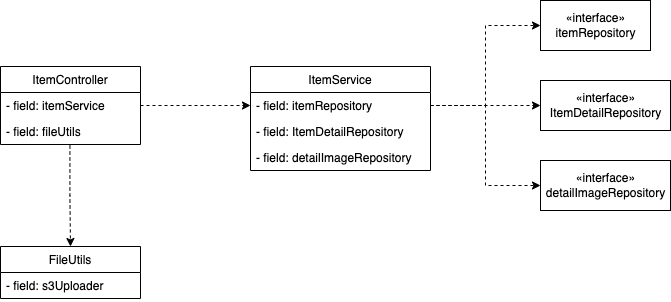
The draw.io diagram backoffice-class-diagram.png in chanhl22/kilometer-backend-backoffic-class-diagram, before a commit. Source tidied: cells renumbered, new cells last; positions are measured from the earlier drawing's top-left corner, leaving out a move shared by most shapes.
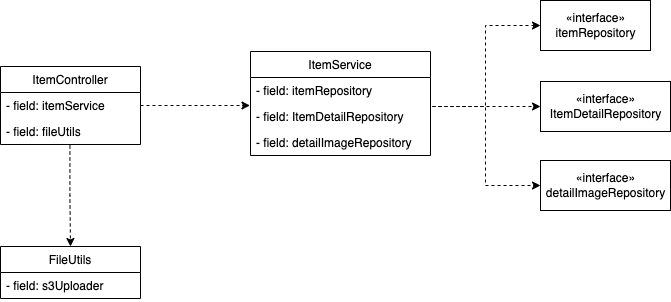
After the change.

Commit message:
Update backoffice-class-diagram

What changed in the source:
```diff
@@ -12,7 +12,7 @@
       <mxGeometry y="52" width="140" height="26" as="geometry" />
     </mxCell>
     <mxCell id="5" value="ItemService" style="swimlane;fontStyle=0;horizontal=1;startSize=26;fillColor=none;" parent="1" vertex="1">
-      <mxGeometry x="250" y="66" width="180" height="104" as="geometry" />
+      <mxGeometry x="250" y="51" width="180" height="104" as="geometry" />
     </mxCell>
     <mxCell id="6" value="- field: itemRepository" style="text;strokeColor=none;fillColor=none;align=left;verticalAlign=top;spacingLeft=4;spacingRight=4;overflow=hidden;points=[[0,0.5],[1,0.5]];portConstraint=eastwest;" parent="5" vertex="1">
       <mxGeometry y="26" width="180" height="26" as="geometry" />
@@ -23,26 +23,43 @@
     <mxCell id="8" value="- field: detailImageRepository" style="text;strokeColor=none;fillColor=none;align=left;verticalAlign=top;spacingLeft=4;spacingRight=4;overflow=hidden;" parent="5" vertex="1">
       <mxGeometry y="78" width="180" height="26" as="geometry" />
     </mxCell>
-    <mxCell id="9" style="edgeStyle=orthogonalEdgeStyle;rounded=0;jettySize=auto;html=1;exitX=1;exitY=0.5;exitDx=0;exitDy=0;entryX=0;entryY=0.5;entryDx=0;entryDy=0;dashed=1;" parent="1" edge="1" source="3" target="6">
+    <mxCell id="9" style="edgeStyle=orthogonalEdgeStyle;rounded=0;jettySize=auto;html=1;exitX=1;exitY=0.5;exitDx=0;exitDy=0;dashed=1;entryX=-0.003;entryY=0.077;entryDx=0;entryDy=0;entryPerimeter=0;" parent="1" edge="1" source="3" target="7">
       <mxGeometry relative="1" as="geometry" />
     </mxCell>
     <mxCell id="10" value="«interface»&lt;br&gt;&lt;span style=&quot;text-align: left;&quot;&gt;itemRepository&lt;/span&gt;" style="html=1;" parent="1" vertex="1">
       <mxGeometry x="540" width="110" height="50" as="geometry" />
     </mxCell>
     <mxCell id="11" value="«interface»&lt;br&gt;&lt;span style=&quot;text-align: left;&quot;&gt;ItemDetailRepository&lt;/span&gt;" style="html=1;" parent="1" vertex="1">
-      <mxGeometry x="540" y="80" width="130" height="50" as="geometry" />
+      <mxGeometry x="540" y="81" width="130" height="50" as="geometry" />
     </mxCell>
     <mxCell id="12" value="«interface»&lt;br&gt;&lt;span style=&quot;text-align: left;&quot;&gt;detailImageRepository&lt;/span&gt;" style="html=1;" parent="1" vertex="1">
       <mxGeometry x="540" y="160" width="130" height="50" as="geometry" />
     </mxCell>
     <mxCell id="13" style="edgeStyle=orthogonalEdgeStyle;rounded=0;jettySize=auto;html=1;exitX=1;exitY=0.5;exitDx=0;exitDy=0;entryX=0;entryY=0.5;entryDx=0;entryDy=0;dashed=1;" parent="1" edge="1" source="6" target="10">
-      <mxGeometry relative="1" as="geometry" />
+      <mxGeometry relative="1" as="geometry">
+        <Array as="points">
+          <mxPoint x="430" y="106" />
+          <mxPoint x="485" y="106" />
+          <mxPoint x="485" y="25" />
+        </Array>
+      </mxGeometry>
     </mxCell>
     <mxCell id="14" style="edgeStyle=orthogonalEdgeStyle;rounded=0;jettySize=auto;html=1;exitX=1;exitY=0.5;exitDx=0;exitDy=0;entryX=0;entryY=0.5;entryDx=0;entryDy=0;dashed=1;" parent="1" edge="1" source="6" target="12">
-      <mxGeometry relative="1" as="geometry" />
+      <mxGeometry relative="1" as="geometry">
+        <Array as="points">
+          <mxPoint x="430" y="106" />
+          <mxPoint x="485" y="106" />
+          <mxPoint x="485" y="185" />
+        </Array>
+      </mxGeometry>
     </mxCell>
     <mxCell id="15" style="edgeStyle=orthogonalEdgeStyle;rounded=0;jettySize=auto;html=1;exitX=1;exitY=0.5;exitDx=0;exitDy=0;entryX=0;entryY=0.5;entryDx=0;entryDy=0;dashed=1;" parent="1" edge="1" source="6" target="11">
-      <mxGeometry relative="1" as="geometry" />
+      <mxGeometry relative="1" as="geometry">
+        <Array as="points">
+          <mxPoint x="430" y="106" />
+          <mxPoint x="485" y="106" />
+        </Array>
+      </mxGeometry>
     </mxCell>
     <mxCell id="16" value="FileUtils" style="swimlane;fontStyle=0;horizontal=1;startSize=26;fillColor=none;" parent="1" vertex="1">
       <mxGeometry y="246" width="140" height="52" as="geometry" />
```
